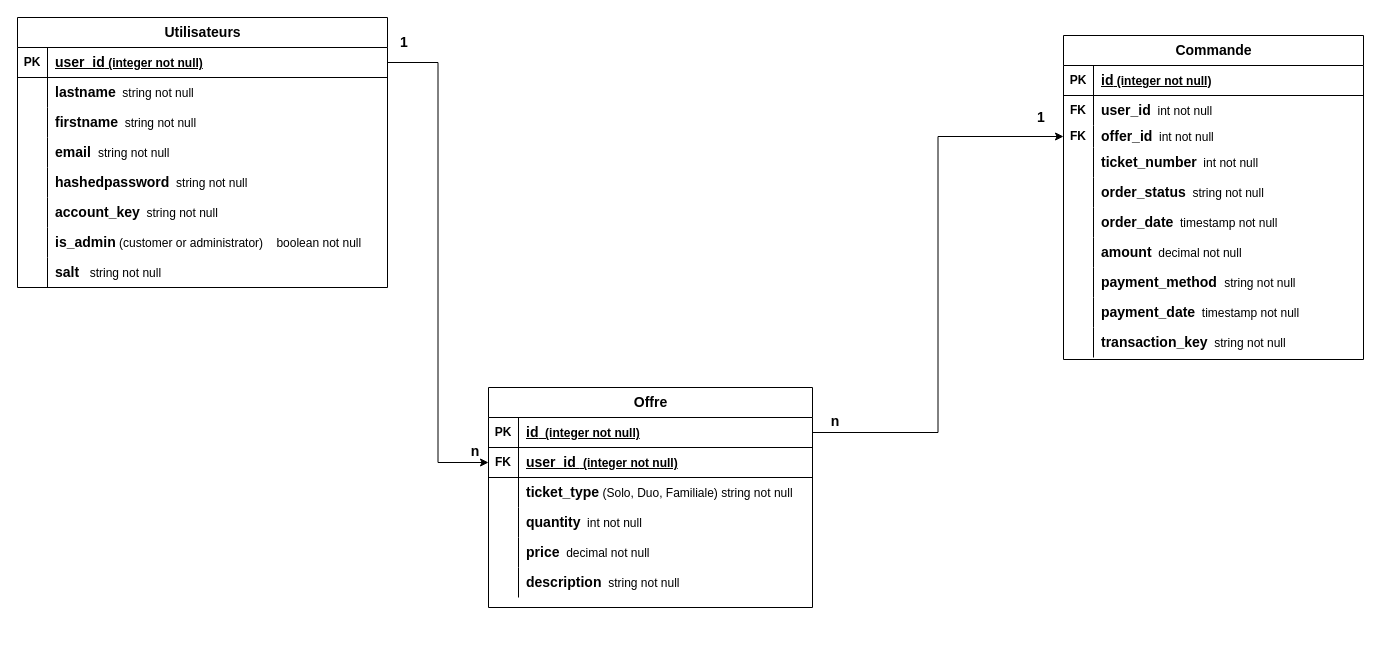
SARHIRI83/AppJoDepot keeps this draw.io diagram as page "MCD" (1 of 2) of Conception BDD/Modèle Données.drawio. Above is the earlier version. Source tidied: cells renumbered, new cells numbered last; positions are measured from the earlier drawing's top-left corner, leaving out a move shared by most shapes. Both pictures are drawn from the tidied source at 100%, with x=0, y=0 at pixel (17, 17).
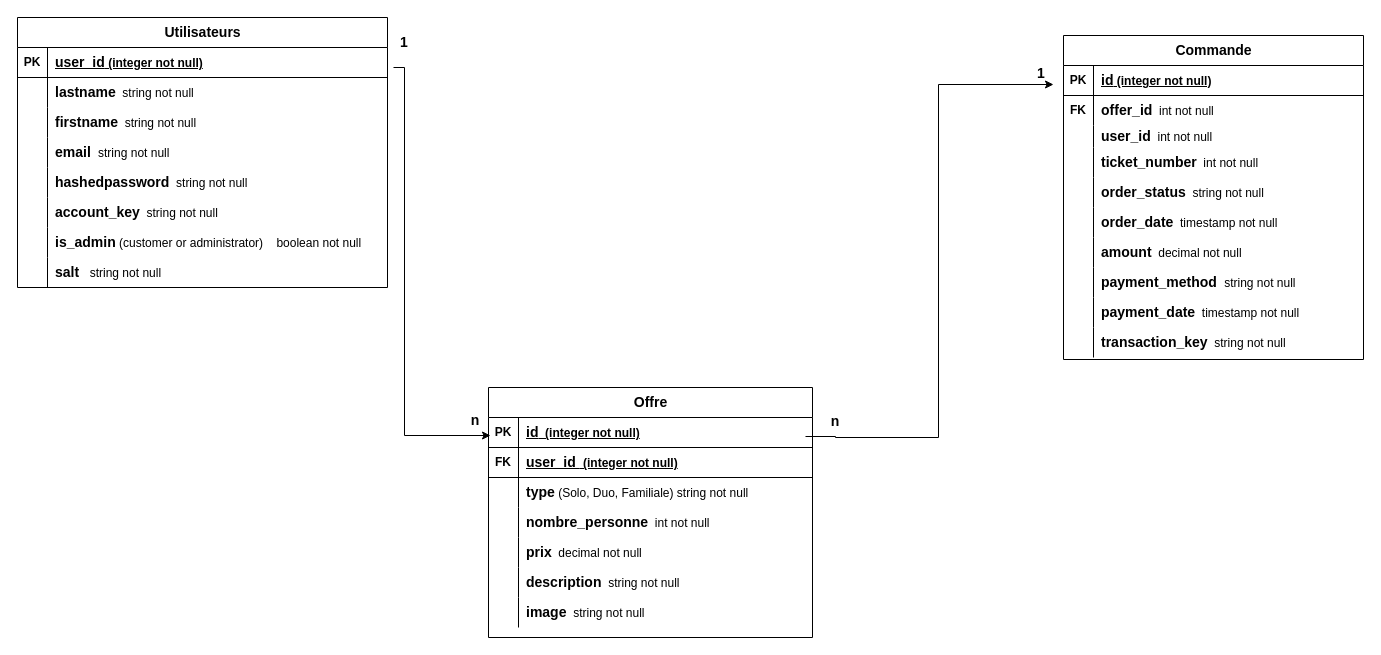
Above is the later version.

The change refers to these unchanged cells:
```xml
<mxCell id="3" style="shape=tableRow;horizontal=0;startSize=0;swimlaneHead=0;swimlaneBody=0;fillColor=none;points=[[0,0.5],[1,0.5]];portConstraint=eastwest;top=0;left=0;right=0;bottom=1;" parent="2" vertex="1">
  <mxGeometry y="30" width="370" height="30" as="geometry" />
</mxCell>
<mxCell id="28" style="shape=tableRow;horizontal=0;startSize=0;swimlaneHead=0;swimlaneBody=0;fillColor=none;points=[[0,0.5],[1,0.5]];portConstraint=eastwest;top=0;left=0;right=0;bottom=1;" parent="27" vertex="1">
  <mxGeometry y="30" width="324" height="30" as="geometry" />
</mxCell>
<mxCell id="31" style="shape=tableRow;horizontal=0;startSize=0;swimlaneHead=0;swimlaneBody=0;fillColor=none;points=[[0,0.5],[1,0.5]];portConstraint=eastwest;top=0;left=0;right=0;bottom=1;" parent="27" vertex="1">
  <mxGeometry y="60" width="324" height="30" as="geometry" />
</mxCell>
<mxCell id="34" style="shape=tableRow;horizontal=0;startSize=0;swimlaneHead=0;swimlaneBody=0;fillColor=none;top=0;left=0;right=0;bottom=0;" parent="27" vertex="1">
  <mxGeometry y="90" width="324" height="30" as="geometry" />
</mxCell>
<mxCell id="37" style="shape=tableRow;horizontal=0;startSize=0;swimlaneHead=0;swimlaneBody=0;fillColor=none;top=0;left=0;right=0;bottom=0;" parent="27" vertex="1">
  <mxGeometry y="120" width="324" height="30" as="geometry" />
</mxCell>
<mxCell id="40" style="shape=tableRow;horizontal=0;startSize=0;swimlaneHead=0;swimlaneBody=0;fillColor=none;top=0;left=0;right=0;bottom=0;" parent="27" vertex="1">
  <mxGeometry y="150" width="324" height="30" as="geometry" />
</mxCell>
<mxCell id="50" style="shape=tableRow;horizontal=0;startSize=0;swimlaneHead=0;swimlaneBody=0;fillColor=none;top=0;left=0;right=0;bottom=0;" parent="46" vertex="1">
  <mxGeometry y="60" width="300" height="30" as="geometry" />
</mxCell>
<mxCell id="53" style="shape=tableRow;horizontal=0;startSize=0;swimlaneHead=0;swimlaneBody=0;fillColor=none;points=[[0,0.5],[1,0.5]];portConstraint=eastwest;top=0;left=0;right=0;bottom=0;" parent="46" vertex="1">
  <mxGeometry y="90" width="300" height="22" as="geometry" />
</mxCell>
<mxCell id="81" value="&lt;font style=&quot;font-size: 14px;&quot;&gt;&lt;b&gt;n&lt;/b&gt;&lt;/font&gt;" style="text;html=1;strokeColor=none;fillColor=none;align=center;verticalAlign=middle;whiteSpace=wrap;rounded=0;fontSize=12;" parent="1" vertex="1">
  <mxGeometry x="788" y="389" width="60" height="30" as="geometry" />
</mxCell>
```

The edit, as a diff of the source:
```diff
@@
     <mxCell id="27" value="&lt;font style=&quot;font-size: 14px;&quot;&gt;Offre&lt;/font&gt;" style="shape=table;startSize=30;childLayout=tableLayout;rowLines=0;fontStyle=1;align=center;html=1;" parent="1" vertex="1">
-      <mxGeometry x="471" y="370" width="324" height="220" as="geometry" />
+      <mxGeometry x="471" y="370" width="324" height="250" as="geometry" />
     </mxCell>
@@
-    <mxCell id="36" value="&lt;font style=&quot;font-size: 14px;&quot;&gt;&lt;b&gt;ticket_type&lt;/b&gt;&lt;/font&gt; (Solo, Duo, Familiale) string not null" style="shape=partialRectangle;fillColor=none;top=0;left=0;bottom=0;right=0;align=left;spacingLeft=6;overflow=hidden;whiteSpace=wrap;html=1;" parent="34" vertex="1">
+    <mxCell id="36" value="&lt;font style=&quot;font-size: 14px;&quot;&gt;&lt;b&gt;type&lt;/b&gt;&lt;/font&gt; (Solo, Duo, Familiale) string not null" style="shape=partialRectangle;fillColor=none;top=0;left=0;bottom=0;right=0;align=left;spacingLeft=6;overflow=hidden;whiteSpace=wrap;html=1;" parent="34" vertex="1">
       <mxGeometry x="30" width="294" height="30" as="geometry" />
     </mxCell>
@@
-    <mxCell id="39" value="&lt;span style=&quot;font-size: 14px;&quot;&gt;&lt;b&gt;quantity&lt;/b&gt;&lt;/span&gt;&amp;nbsp; int not null" style="shape=partialRectangle;fillColor=none;top=0;left=0;bottom=0;right=0;align=left;spacingLeft=6;overflow=hidden;whiteSpace=wrap;html=1;" parent="37" vertex="1">
+    <mxCell id="39" value="&lt;span style=&quot;font-size: 14px;&quot;&gt;&lt;b&gt;nombre_personne&lt;/b&gt;&lt;/span&gt;&amp;nbsp; int not null" style="shape=partialRectangle;fillColor=none;top=0;left=0;bottom=0;right=0;align=left;spacingLeft=6;overflow=hidden;whiteSpace=wrap;html=1;" parent="37" vertex="1">
       <mxGeometry x="30" width="294" height="30" as="geometry" />
     </mxCell>
@@
-    <mxCell id="42" value="&lt;font style=&quot;font-size: 14px;&quot;&gt;&lt;b&gt;price&lt;/b&gt;&lt;/font&gt;&amp;nbsp; decimal not null" style="shape=partialRectangle;fillColor=none;top=0;left=0;bottom=0;right=0;align=left;spacingLeft=6;overflow=hidden;whiteSpace=wrap;html=1;" parent="40" vertex="1">
+    <mxCell id="42" value="&lt;font style=&quot;font-size: 14px;&quot;&gt;&lt;b&gt;prix&lt;/b&gt;&lt;/font&gt;&amp;nbsp; decimal not null" style="shape=partialRectangle;fillColor=none;top=0;left=0;bottom=0;right=0;align=left;spacingLeft=6;overflow=hidden;whiteSpace=wrap;html=1;" parent="40" vertex="1">
       <mxGeometry x="30" width="294" height="30" as="geometry" />
     </mxCell>
@@
+    <mxCell id="83" style="shape=tableRow;horizontal=0;startSize=0;swimlaneHead=0;swimlaneBody=0;fillColor=none;top=0;left=0;right=0;bottom=0;" parent="27" vertex="1">
+      <mxGeometry y="210" width="324" height="30" as="geometry" />
+    </mxCell>
+    <mxCell id="84" style="shape=partialRectangle;fillColor=none;top=0;left=0;bottom=0;right=0;overflow=hidden;whiteSpace=wrap;html=1;" parent="83" vertex="1">
+      <mxGeometry width="30" height="30" as="geometry" />
+    </mxCell>
+    <mxCell id="85" value="&lt;span style=&quot;font-size: 14px;&quot;&gt;&lt;b&gt;image&lt;/b&gt;&lt;/span&gt;&amp;nbsp; string not null" style="shape=partialRectangle;fillColor=none;top=0;left=0;bottom=0;right=0;align=left;spacingLeft=6;overflow=hidden;whiteSpace=wrap;html=1;" parent="83" vertex="1">
+      <mxGeometry x="30" width="294" height="30" as="geometry" />
+    </mxCell>
@@
-    <mxCell id="52" value="&lt;font style=&quot;font-size: 14px;&quot;&gt;&lt;b&gt;user_id&lt;/b&gt;&lt;/font&gt;&amp;nbsp; int not null" style="shape=partialRectangle;fillColor=none;top=0;left=0;bottom=0;right=0;align=left;spacingLeft=6;overflow=hidden;whiteSpace=wrap;html=1;" parent="50" vertex="1">
+    <mxCell id="52" value="&lt;font style=&quot;font-size: 14px;&quot;&gt;&lt;b&gt;offer_id&lt;/b&gt;&lt;/font&gt;&amp;nbsp; int not null" style="shape=partialRectangle;fillColor=none;top=0;left=0;bottom=0;right=0;align=left;spacingLeft=6;overflow=hidden;whiteSpace=wrap;html=1;" parent="50" vertex="1">
       <mxGeometry x="30" width="270" height="30" as="geometry" />
     </mxCell>
@@
-    <mxCell id="54" value="FK" style="shape=partialRectangle;fillColor=none;top=0;left=0;bottom=0;right=0;overflow=hidden;whiteSpace=wrap;html=1;fontStyle=1;" parent="53" vertex="1">
+    <mxCell id="54" style="shape=partialRectangle;fillColor=none;top=0;left=0;bottom=0;right=0;overflow=hidden;whiteSpace=wrap;html=1;fontStyle=1;" parent="53" vertex="1">
       <mxGeometry width="30" height="22" as="geometry" />
     </mxCell>
-    <mxCell id="55" value="&lt;font style=&quot;font-size: 14px;&quot;&gt;&lt;b&gt;offer_id&lt;/b&gt;&lt;/font&gt;&amp;nbsp; int not null" style="shape=partialRectangle;fillColor=none;top=0;left=0;bottom=0;right=0;align=left;spacingLeft=6;overflow=hidden;whiteSpace=wrap;html=1;" parent="53" vertex="1">
+    <mxCell id="55" value="&lt;font style=&quot;font-size: 14px;&quot;&gt;&lt;b&gt;user_id&lt;/b&gt;&lt;/font&gt;&amp;nbsp; int not null" style="shape=partialRectangle;fillColor=none;top=0;left=0;bottom=0;right=0;align=left;spacingLeft=6;overflow=hidden;whiteSpace=wrap;html=1;" parent="53" vertex="1">
       <mxGeometry x="30" width="270" height="22" as="geometry" />
     </mxCell>
@@
-    <mxCell id="77" style="edgeStyle=orthogonalEdgeStyle;rounded=0;jettySize=auto;html=1;fontSize=12;entryX=0;entryY=0.5;entryDx=0;entryDy=0;" parent="1" edge="1" source="3" target="31">
-      <mxGeometry relative="1" as="geometry" />
+    <mxCell id="77" style="edgeStyle=orthogonalEdgeStyle;rounded=0;jettySize=auto;html=1;fontSize=12;entryX=0.75;entryY=1;entryDx=0;entryDy=0;" parent="1" edge="1" target="78">
+      <mxGeometry relative="1" as="geometry">
+        <mxPoint x="376" y="50" as="sourcePoint" />
+        <Array as="points">
+          <mxPoint x="387" y="50" />
+          <mxPoint x="387" y="418" />
+        </Array>
+      </mxGeometry>
     </mxCell>
     <mxCell id="78" value="&lt;font style=&quot;font-size: 14px;&quot;&gt;&lt;b&gt;n&lt;/b&gt;&lt;/font&gt;" style="text;html=1;strokeColor=none;fillColor=none;align=center;verticalAlign=middle;whiteSpace=wrap;rounded=0;fontSize=12;" parent="1" vertex="1">
-      <mxGeometry x="428" y="419" width="60" height="30" as="geometry" />
+      <mxGeometry x="428" y="388" width="60" height="30" as="geometry" />
     </mxCell>
@@
-    <mxCell id="80" style="edgeStyle=orthogonalEdgeStyle;rounded=0;jettySize=auto;html=1;fontSize=12;" parent="1" edge="1" source="28" target="53">
-      <mxGeometry relative="1" as="geometry" />
+    <mxCell id="80" style="edgeStyle=orthogonalEdgeStyle;rounded=0;jettySize=auto;html=1;fontSize=12;exitX=0;exitY=1;exitDx=0;exitDy=0;" parent="1" edge="1" source="81">
+      <mxGeometry relative="1" as="geometry">
+        <mxPoint x="1036" y="67" as="targetPoint" />
+        <Array as="points">
+          <mxPoint x="818" y="419" />
+          <mxPoint x="921" y="420" />
+          <mxPoint x="921" y="67" />
+          <mxPoint x="1044" y="67" />
+        </Array>
+      </mxGeometry>
     </mxCell>
@@
     <mxCell id="82" value="&lt;font style=&quot;font-size: 14px;&quot;&gt;&lt;b&gt;1&lt;/b&gt;&lt;/font&gt;" style="text;html=1;strokeColor=none;fillColor=none;align=center;verticalAlign=middle;whiteSpace=wrap;rounded=0;fontSize=12;" parent="1" vertex="1">
-      <mxGeometry x="994" y="85" width="60" height="30" as="geometry" />
+      <mxGeometry x="994" y="41" width="60" height="30" as="geometry" />
     </mxCell>
```
